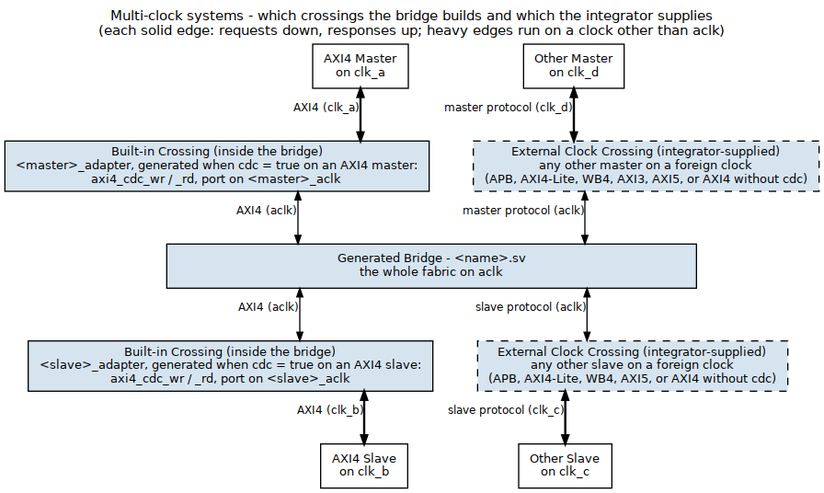
This is projects/components/fabric-gen-ip/bridge/docs/bridge_has/assets/graphviz/multi_clock_cdc.png from sean-galloway/RTLDesignSherpa, a Graphviz export, as it was before one commit. Its source is kept beside it as projects/components/fabric-gen-ip/bridge/docs/bridge_has/assets/graphviz/multi_clock_cdc.dot.
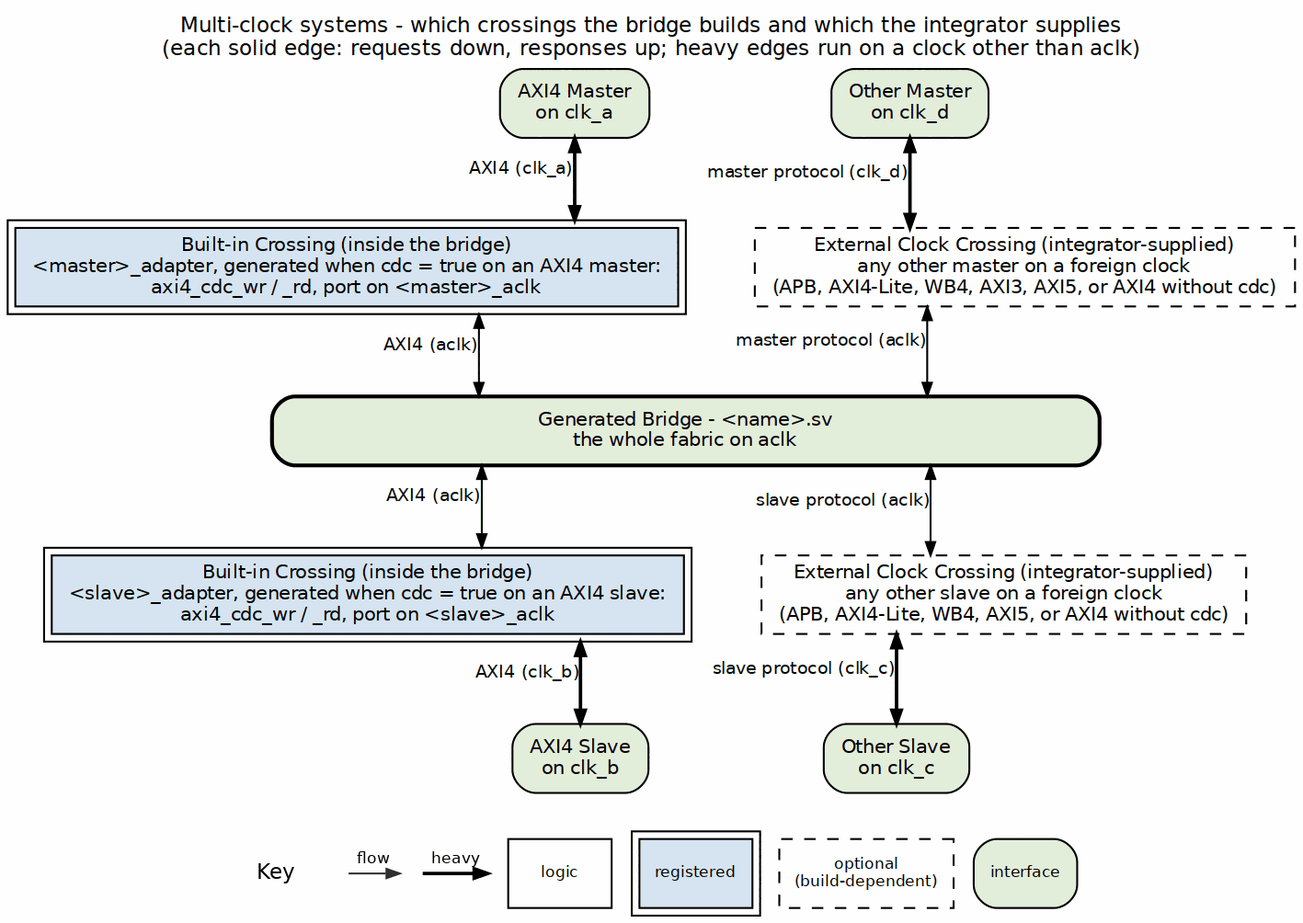
After the change.

Change to the diagram source:
```diff
@@ -3,24 +3,24 @@
            nodesep="0.50", ranksep="0.60", splines=ortho, labelloc=t,
            label="Multi-clock systems - which crossings the bridge builds and which the integrator supplies\n(each solid edge: requests down, responses up; heavy edges run on a clock other than aclk)"];
     node  [fontname="Helvetica", fontsize=10, shape=box, style=filled,
-           fillcolor="#D6E4F0", color="black", margin="0.12,0.06"];
+           fillcolor="white", color="black", margin="0.12,0.06"];
     edge  [fontname="Helvetica", fontsize=9, color="black", arrowsize=0.7, dir=both];
 
-    m1   [label="AXI4 Master\non clk_a", fillcolor="white"];
-    m2   [label="Other Master\non clk_d", fillcolor="white"];
+    m1   [label="AXI4 Master\non clk_a", fillcolor="white", style="rounded,filled", fillcolor="#E2EFDA"];
+    m2   [label="Other Master\non clk_d", fillcolor="white", style="rounded,filled", fillcolor="#E2EFDA"];
     { rank=same; m1; m2; }
     m1 -> m2 [style=invis, dir=none];
-    xm1  [label="Built-in Crossing (inside the bridge)\n<master>_adapter, generated when cdc = true on an AXI4 master:\naxi4_cdc_wr / _rd, port on <master>_aclk"];
-    xm2  [label="External Clock Crossing (integrator-supplied)\nany other master on a foreign clock\n(APB, AXI4-Lite, WB4, AXI3, AXI5, or AXI4 without cdc)", style="filled,dashed"];
+    xm1  [label="Built-in Crossing (inside the bridge)\n<master>_adapter, generated when cdc = true on an AXI4 master:\naxi4_cdc_wr / _rd, port on <master>_aclk", peripheries=2, style="filled", fillcolor="#D6E4F0"];
+    xm2  [label="External Clock Crossing (integrator-supplied)\nany other master on a foreign clock\n(APB, AXI4-Lite, WB4, AXI3, AXI5, or AXI4 without cdc)", style="filled,dashed", style="filled,dashed", fillcolor="white"];
     { rank=same; xm1; xm2; }
     xm1 -> xm2 [style=invis, dir=none];
-    br   [label="Generated Bridge - <name>.sv\nthe whole fabric on aclk", width=6];
-    xs1  [label="Built-in Crossing (inside the bridge)\n<slave>_adapter, generated when cdc = true on an AXI4 slave:\naxi4_cdc_wr / _rd, port on <slave>_aclk"];
-    xs2  [label="External Clock Crossing (integrator-supplied)\nany other slave on a foreign clock\n(APB, AXI4-Lite, WB4, AXI5, or AXI4 without cdc)", style="filled,dashed"];
+    br   [label="Generated Bridge - <name>.sv\nthe whole fabric on aclk", width=6, style="rounded,filled,bold", fillcolor="#E2EFDA"];
+    xs1  [label="Built-in Crossing (inside the bridge)\n<slave>_adapter, generated when cdc = true on an AXI4 slave:\naxi4_cdc_wr / _rd, port on <slave>_aclk", peripheries=2, style="filled", fillcolor="#D6E4F0"];
+    xs2  [label="External Clock Crossing (integrator-supplied)\nany other slave on a foreign clock\n(APB, AXI4-Lite, WB4, AXI5, or AXI4 without cdc)", style="filled,dashed", style="filled,dashed", fillcolor="white"];
     { rank=same; xs1; xs2; }
     xs1 -> xs2 [style=invis, dir=none];
-    s1   [label="AXI4 Slave\non clk_b", fillcolor="white"];
-    s2   [label="Other Slave\non clk_c", fillcolor="white"];
+    s1   [label="AXI4 Slave\non clk_b", fillcolor="white", style="rounded,filled", fillcolor="#E2EFDA"];
+    s2   [label="Other Slave\non clk_c", fillcolor="white", style="rounded,filled", fillcolor="#E2EFDA"];
     { rank=same; s1; s2; }
     s1 -> s2 [style=invis, dir=none];
 
```
